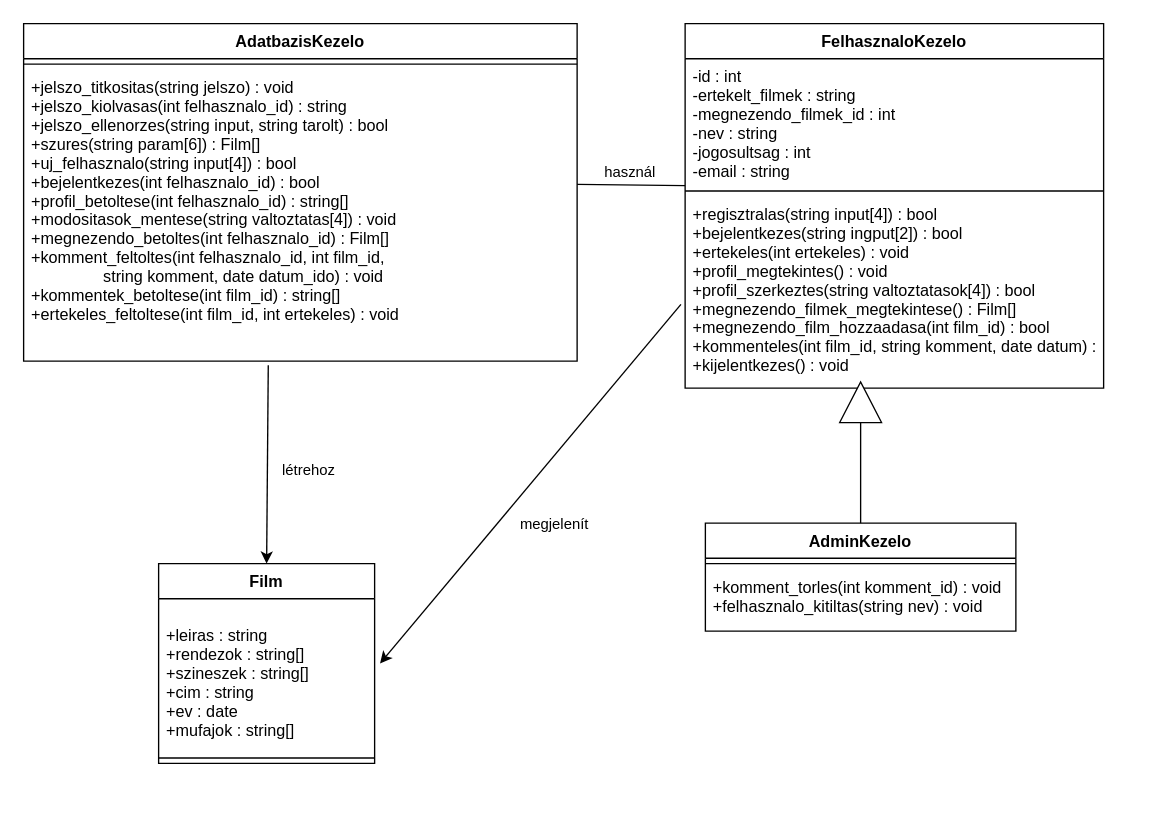
Earlier version of the draw.io diagram projekt_dokumentacio/class.drawio (nemethzozzi/Film). Source tidied: cells renumbered, new cells numbered last; positions are measured from the earlier drawing's top-left corner, leaving out a move shared by most shapes. Both pictures are drawn from the tidied source at 135%, with x=0, y=0 at pixel (23, 23).
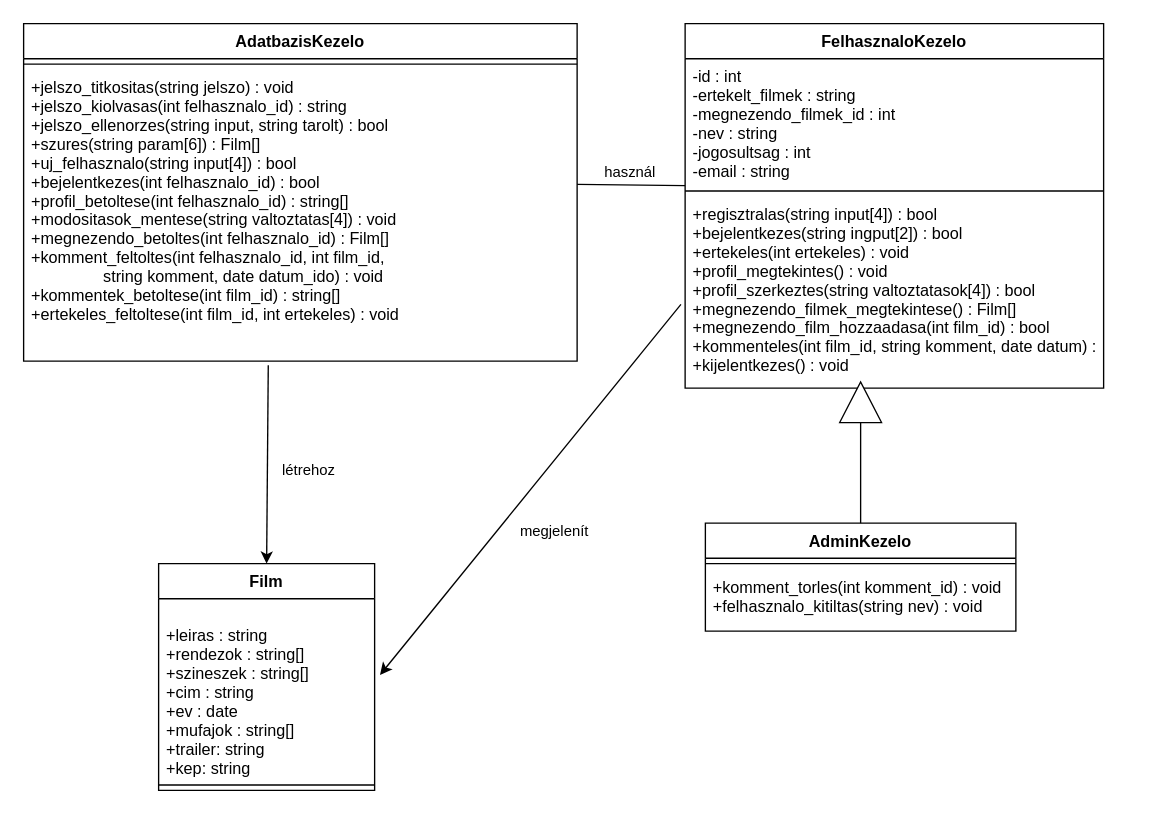
Above is the later version.

Commit message (it also covers changes not shown here):
class diagram update

Diff of the diagram source:
```diff
@@
     <mxCell id="9" value="Film" style="swimlane;fontStyle=1;align=center;verticalAlign=top;horizontal=1;startSize=26;" parent="1" vertex="1">
-      <mxGeometry x="100" y="400" width="160" height="148" as="geometry" />
+      <mxGeometry x="100" y="400" width="160" height="168" as="geometry" />
     </mxCell>
-    <mxCell id="10" value="&#10;+leiras : string&#10;+rendezok : string[]&#10;+szineszek : string[]&#10;+cim : string&#10;+ev : date&#10;+mufajok : string[]" style="text;strokeColor=none;fillColor=none;align=left;verticalAlign=top;spacingLeft=4;spacingRight=4;overflow=hidden;points=[[0,0.5],[1,0.5]];portConstraint=eastwest;" parent="9" vertex="1">
-      <mxGeometry y="26" width="160" height="114" as="geometry" />
+    <mxCell id="10" value="&#10;+leiras : string&#10;+rendezok : string[]&#10;+szineszek : string[]&#10;+cim : string&#10;+ev : date&#10;+mufajok : string[]&#10;+trailer: string&#10;+kep: string" style="text;strokeColor=none;fillColor=none;align=left;verticalAlign=top;spacingLeft=4;spacingRight=4;overflow=hidden;points=[[0,0.5],[1,0.5]];portConstraint=eastwest;" parent="9" vertex="1">
+      <mxGeometry y="26" width="160" height="134" as="geometry" />
     </mxCell>
     <mxCell id="11" style="line;strokeWidth=1;fillColor=none;align=left;verticalAlign=middle;spacingTop=-1;spacingLeft=3;spacingRight=3;labelPosition=right;strokeColor=inherit;" parent="9" vertex="1">
-      <mxGeometry y="140" width="160" height="8" as="geometry" />
+      <mxGeometry y="160" width="160" height="8" as="geometry" />
     </mxCell>
```
